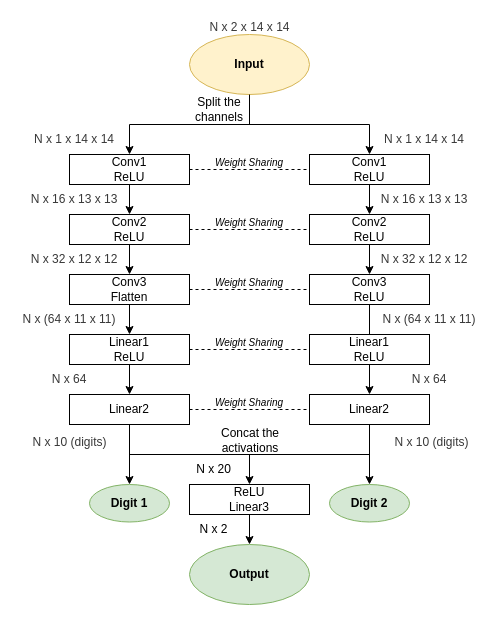
Earlier version of the draw.io diagram Proj1/Siamese_Network.drawio (jouvemax/DeepLearning). Source tidied: cells renumbered, new cells numbered last; positions are measured from the earlier drawing's top-left corner, leaving out a move shared by most shapes. Both pictures are drawn from the tidied source at 100%, with x=0, y=0 at pixel (17, 17).
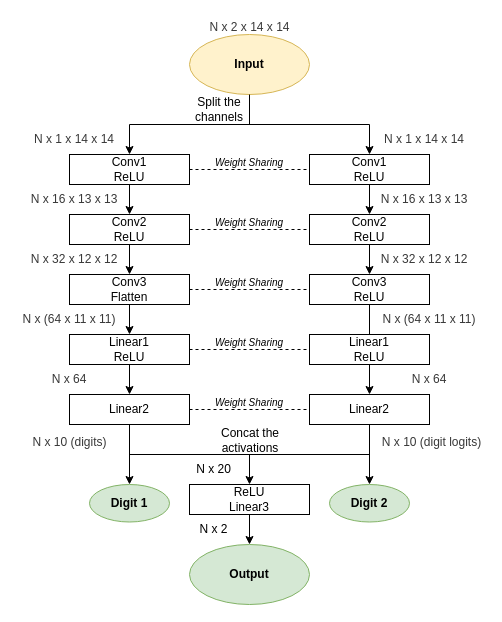
The same diagram, later.

Unchanged cells that the change refers to:
```xml
<mxCell id="2" style="group;" parent="1" vertex="1">
  <mxGeometry x="-0.5" y="2" width="467.5" height="585" as="geometry" />
</mxCell>
```

Diff of the diagram source:
```diff
@@
-    <mxCell id="41" value="N x 10 (digits)" style="text;html=1;strokeColor=none;fillColor=none;align=center;verticalAlign=middle;whiteSpace=wrap;rounded=0;direction=east;fontColor=#383838;" parent="2" vertex="1">
+    <mxCell id="41" value="N x 10 (digit logits)" style="text;html=1;strokeColor=none;fillColor=none;align=center;verticalAlign=middle;whiteSpace=wrap;rounded=0;direction=east;fontColor=#383838;" parent="2" vertex="1">
       <mxGeometry x="362.5" y="415.9" width="105" height="15" as="geometry" />
     </mxCell>
```
